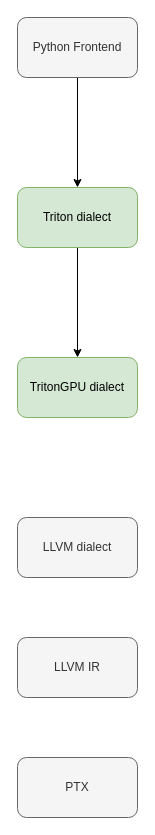
Above: triton-ir.drawio in Superjomn/_tmp_images (draw.io), before the change. Source tidied: cells renumbered, new cells numbered last; positions are measured from the earlier drawing's top-left corner, leaving out a move shared by most shapes. Both pictures are drawn from the tidied source at 100%, with x=0, y=0 at pixel (17, 17).
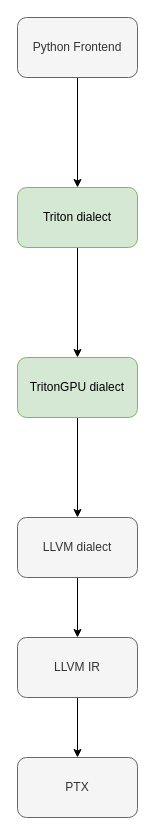
After the change.

The edit, as a diff of the source:
```diff
@@
 <mxGraphModel>
   <root>
     <mxCell id="0" />
     <mxCell id="1" parent="0" />
     <mxCell id="2" style="edgeStyle=orthogonalEdgeStyle;rounded=0;jettySize=auto;html=1;exitX=0.5;exitY=1;exitDx=0;exitDy=0;entryX=0.5;entryY=0;entryDx=0;entryDy=0;" parent="1" edge="1" source="3" target="4">
       <mxGeometry relative="1" as="geometry" />
     </mxCell>
     <mxCell id="3" value="Triton dialect" style="rounded=1;whiteSpace=wrap;html=1;fillColor=#d5e8d4;strokeColor=#82b366;" parent="1" vertex="1">
       <mxGeometry y="170" width="120" height="60" as="geometry" />
     </mxCell>
+    <mxCell id="10" style="edgeStyle=orthogonalEdgeStyle;rounded=0;jettySize=auto;html=1;exitX=0.5;exitY=1;exitDx=0;exitDy=0;entryX=0.5;entryY=0;entryDx=0;entryDy=0;" parent="1" edge="1" source="4" target="7">
+      <mxGeometry relative="1" as="geometry" />
+    </mxCell>
     <mxCell id="4" value="TritonGPU dialect" style="rounded=1;whiteSpace=wrap;html=1;fillColor=#d5e8d4;strokeColor=#82b366;" parent="1" vertex="1">
       <mxGeometry y="340" width="120" height="60" as="geometry" />
     </mxCell>
     <mxCell id="5" style="edgeStyle=orthogonalEdgeStyle;rounded=0;jettySize=auto;html=1;" parent="1" edge="1" source="6" target="3">
       <mxGeometry relative="1" as="geometry" />
     </mxCell>
     <mxCell id="6" value="Python Frontend" style="rounded=1;whiteSpace=wrap;html=1;fillColor=#f5f5f5;strokeColor=#666666;fontColor=#333333;" parent="1" vertex="1">
       <mxGeometry width="120" height="60" as="geometry" />
     </mxCell>
+    <mxCell id="11" style="edgeStyle=orthogonalEdgeStyle;rounded=0;jettySize=auto;html=1;" parent="1" edge="1" source="7" target="8">
+      <mxGeometry relative="1" as="geometry" />
+    </mxCell>
     <mxCell id="7" value="LLVM dialect" style="rounded=1;whiteSpace=wrap;html=1;fillColor=#f5f5f5;strokeColor=#666666;fontColor=#333333;" parent="1" vertex="1">
       <mxGeometry y="500" width="120" height="60" as="geometry" />
     </mxCell>
+    <mxCell id="12" style="edgeStyle=orthogonalEdgeStyle;rounded=0;jettySize=auto;html=1;" parent="1" edge="1" source="8" target="9">
+      <mxGeometry relative="1" as="geometry" />
+    </mxCell>
     <mxCell id="8" value="LLVM IR" style="rounded=1;whiteSpace=wrap;html=1;fillColor=#f5f5f5;strokeColor=#666666;fontColor=#333333;" parent="1" vertex="1">
       <mxGeometry y="620" width="120" height="60" as="geometry" />
     </mxCell>
     <mxCell id="9" value="PTX" style="rounded=1;whiteSpace=wrap;html=1;fillColor=#f5f5f5;strokeColor=#666666;fontColor=#333333;" parent="1" vertex="1">
       <mxGeometry y="740" width="120" height="60" as="geometry" />
     </mxCell>
   </root>
 </mxGraphModel>
```
